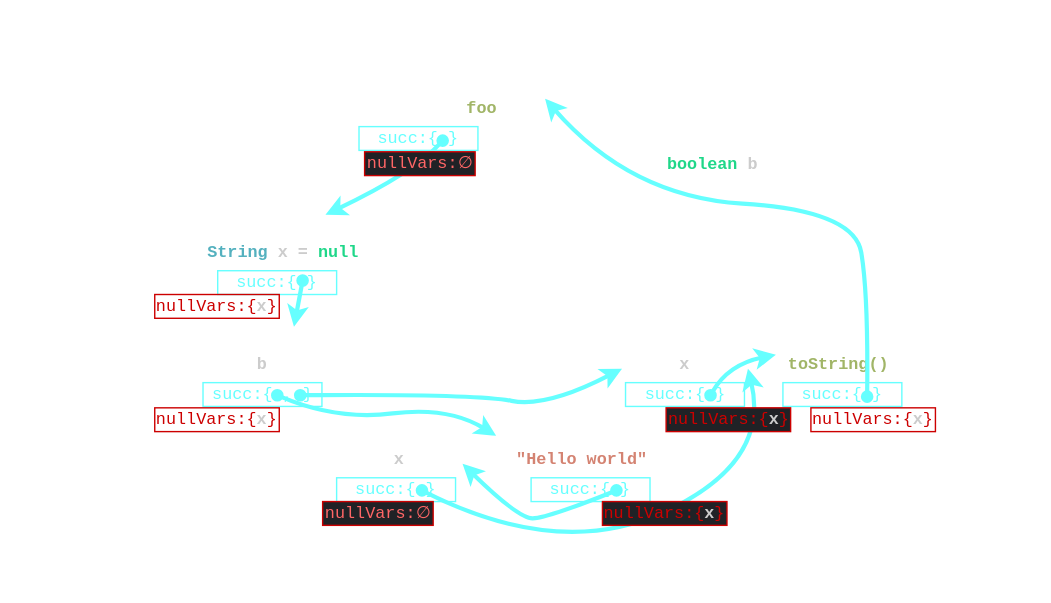
IdrissRio/presentations keeps this draw.io diagram as ECOOP2022/ecoop2022/imgs/NPA.svg. Above is the earlier version. Source tidied: cells renumbered, new cells last; positions are measured from the earlier drawing's top-left corner, leaving out a move shared by most shapes.
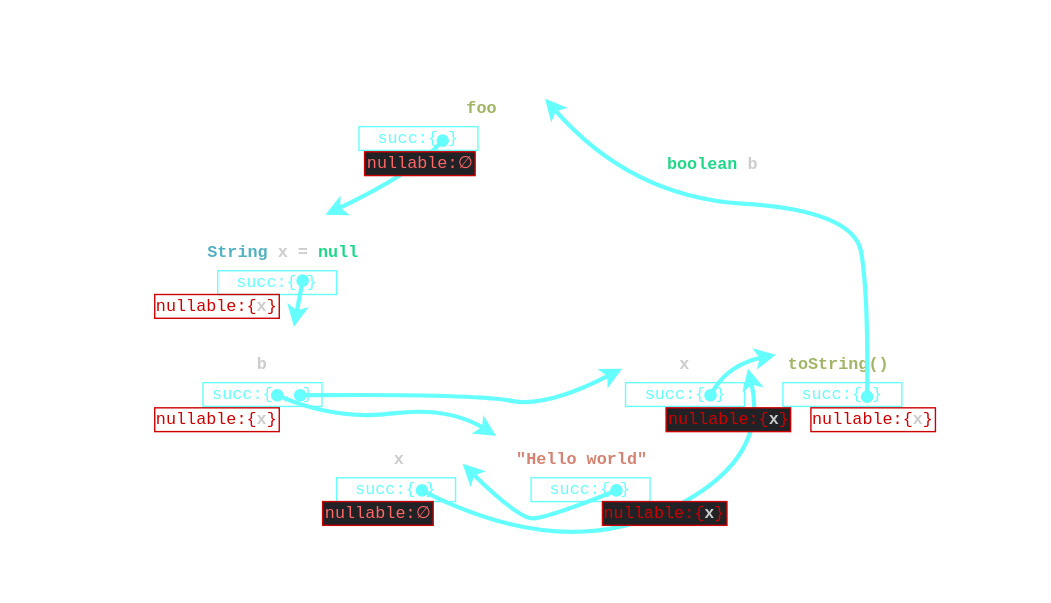
After the change.

The edit, as a diff of the source:
```diff
@@ -199,25 +199,25 @@
         </Array>
       </mxGeometry>
     </mxCell>
-    <mxCell id="39" value="&lt;font color=&quot;#ff6666&quot;&gt;nullVars:&lt;span style=&quot;font-family: Menlo, Monaco, &amp;quot;Courier New&amp;quot;, monospace;&quot;&gt;∅&lt;/span&gt;&lt;/font&gt;" style="rounded=0;whiteSpace=wrap;html=1;fontFamily=Courier New;fontColor=#FFFFFF;strokeColor=#CC0000;fillColor=#202226;" parent="1" vertex="1">
+    <mxCell id="39" value="&lt;font color=&quot;#ff6666&quot;&gt;nullable:&lt;span style=&quot;font-family: Menlo, Monaco, &amp;quot;Courier New&amp;quot;, monospace;&quot;&gt;∅&lt;/span&gt;&lt;/font&gt;" style="rounded=0;whiteSpace=wrap;html=1;fontFamily=Courier New;fontColor=#FFFFFF;strokeColor=#CC0000;fillColor=#202226;" parent="1" vertex="1">
       <mxGeometry x="260" y="108" width="79" height="17" as="geometry" />
     </mxCell>
-    <mxCell id="40" value="&lt;font color=&quot;#cc0000&quot;&gt;nullVars:&lt;font style=&quot;&quot; face=&quot;Menlo, Monaco, Courier New, monospace&quot;&gt;{&lt;/font&gt;&lt;/font&gt;&lt;b style=&quot;color: rgb(0, 0, 0);&quot;&gt;&lt;font color=&quot;#cccccc&quot;&gt;x&lt;/font&gt;&lt;/b&gt;&lt;font color=&quot;#cc0000&quot;&gt;&lt;font style=&quot;&quot; face=&quot;Menlo, Monaco, Courier New, monospace&quot;&gt;}&lt;/font&gt;&lt;/font&gt;" style="rounded=0;whiteSpace=wrap;html=1;fontFamily=Courier New;fontColor=#FFFFFF;strokeColor=#CC0000;fillColor=none;" parent="1" vertex="1">
+    <mxCell id="40" value="&lt;font color=&quot;#cc0000&quot;&gt;nullable:&lt;font style=&quot;&quot; face=&quot;Menlo, Monaco, Courier New, monospace&quot;&gt;{&lt;/font&gt;&lt;/font&gt;&lt;b style=&quot;color: rgb(0, 0, 0);&quot;&gt;&lt;font color=&quot;#cccccc&quot;&gt;x&lt;/font&gt;&lt;/b&gt;&lt;font color=&quot;#cc0000&quot;&gt;&lt;font style=&quot;&quot; face=&quot;Menlo, Monaco, Courier New, monospace&quot;&gt;}&lt;/font&gt;&lt;/font&gt;" style="rounded=0;whiteSpace=wrap;html=1;fontFamily=Courier New;fontColor=#FFFFFF;strokeColor=#CC0000;fillColor=none;" parent="1" vertex="1">
       <mxGeometry x="110" y="210" width="89" height="17" as="geometry" />
     </mxCell>
-    <mxCell id="41" value="&lt;font color=&quot;#cc0000&quot;&gt;nullVars:&lt;font style=&quot;&quot; face=&quot;Menlo, Monaco, Courier New, monospace&quot;&gt;{&lt;/font&gt;&lt;/font&gt;&lt;b style=&quot;color: rgb(0, 0, 0);&quot;&gt;&lt;font color=&quot;#cccccc&quot;&gt;x&lt;/font&gt;&lt;/b&gt;&lt;font color=&quot;#cc0000&quot;&gt;&lt;font style=&quot;&quot; face=&quot;Menlo, Monaco, Courier New, monospace&quot;&gt;}&lt;/font&gt;&lt;/font&gt;" style="rounded=0;whiteSpace=wrap;html=1;fontFamily=Courier New;fontColor=#FFFFFF;strokeColor=#CC0000;fillColor=none;" parent="1" vertex="1">
+    <mxCell id="41" value="&lt;font color=&quot;#cc0000&quot;&gt;nullable:&lt;font style=&quot;&quot; face=&quot;Menlo, Monaco, Courier New, monospace&quot;&gt;{&lt;/font&gt;&lt;/font&gt;&lt;b style=&quot;color: rgb(0, 0, 0);&quot;&gt;&lt;font color=&quot;#cccccc&quot;&gt;x&lt;/font&gt;&lt;/b&gt;&lt;font color=&quot;#cc0000&quot;&gt;&lt;font style=&quot;&quot; face=&quot;Menlo, Monaco, Courier New, monospace&quot;&gt;}&lt;/font&gt;&lt;/font&gt;" style="rounded=0;whiteSpace=wrap;html=1;fontFamily=Courier New;fontColor=#FFFFFF;strokeColor=#CC0000;fillColor=none;" parent="1" vertex="1">
       <mxGeometry x="110" y="291" width="89" height="17" as="geometry" />
     </mxCell>
-    <mxCell id="42" value="&lt;font color=&quot;#cc0000&quot;&gt;nullVars:&lt;font style=&quot;&quot; face=&quot;Menlo, Monaco, Courier New, monospace&quot;&gt;{&lt;/font&gt;&lt;/font&gt;&lt;b style=&quot;color: rgb(0, 0, 0);&quot;&gt;&lt;font color=&quot;#cccccc&quot;&gt;x&lt;/font&gt;&lt;/b&gt;&lt;font color=&quot;#cc0000&quot;&gt;&lt;font style=&quot;&quot; face=&quot;Menlo, Monaco, Courier New, monospace&quot;&gt;}&lt;/font&gt;&lt;/font&gt;" style="rounded=0;whiteSpace=wrap;html=1;fontFamily=Courier New;fontColor=#FFFFFF;strokeColor=#CC0000;fillColor=#202226;" parent="1" vertex="1">
+    <mxCell id="42" value="&lt;font color=&quot;#cc0000&quot;&gt;nullable:&lt;font style=&quot;&quot; face=&quot;Menlo, Monaco, Courier New, monospace&quot;&gt;{&lt;/font&gt;&lt;/font&gt;&lt;b style=&quot;color: rgb(0, 0, 0);&quot;&gt;&lt;font color=&quot;#cccccc&quot;&gt;x&lt;/font&gt;&lt;/b&gt;&lt;font color=&quot;#cc0000&quot;&gt;&lt;font style=&quot;&quot; face=&quot;Menlo, Monaco, Courier New, monospace&quot;&gt;}&lt;/font&gt;&lt;/font&gt;" style="rounded=0;whiteSpace=wrap;html=1;fontFamily=Courier New;fontColor=#FFFFFF;strokeColor=#CC0000;fillColor=#202226;" parent="1" vertex="1">
       <mxGeometry x="430" y="358" width="89" height="17" as="geometry" />
     </mxCell>
-    <mxCell id="43" value="&lt;font color=&quot;#cc0000&quot;&gt;nullVars:&lt;font style=&quot;&quot; face=&quot;Menlo, Monaco, Courier New, monospace&quot;&gt;{&lt;/font&gt;&lt;/font&gt;&lt;b style=&quot;color: rgb(0, 0, 0);&quot;&gt;&lt;font color=&quot;#cccccc&quot;&gt;x&lt;/font&gt;&lt;/b&gt;&lt;font color=&quot;#cc0000&quot;&gt;&lt;font style=&quot;&quot; face=&quot;Menlo, Monaco, Courier New, monospace&quot;&gt;}&lt;/font&gt;&lt;/font&gt;" style="rounded=0;whiteSpace=wrap;html=1;fontFamily=Courier New;fontColor=#FFFFFF;strokeColor=#CC0000;fillColor=#202226;" parent="1" vertex="1">
+    <mxCell id="43" value="&lt;font color=&quot;#cc0000&quot;&gt;nullable:&lt;font style=&quot;&quot; face=&quot;Menlo, Monaco, Courier New, monospace&quot;&gt;{&lt;/font&gt;&lt;/font&gt;&lt;b style=&quot;color: rgb(0, 0, 0);&quot;&gt;&lt;font color=&quot;#cccccc&quot;&gt;x&lt;/font&gt;&lt;/b&gt;&lt;font color=&quot;#cc0000&quot;&gt;&lt;font style=&quot;&quot; face=&quot;Menlo, Monaco, Courier New, monospace&quot;&gt;}&lt;/font&gt;&lt;/font&gt;" style="rounded=0;whiteSpace=wrap;html=1;fontFamily=Courier New;fontColor=#FFFFFF;strokeColor=#CC0000;fillColor=#202226;" parent="1" vertex="1">
       <mxGeometry x="475.5" y="291" width="89" height="17" as="geometry" />
     </mxCell>
-    <mxCell id="44" value="&lt;font color=&quot;#cc0000&quot;&gt;nullVars:&lt;font style=&quot;&quot; face=&quot;Menlo, Monaco, Courier New, monospace&quot;&gt;{&lt;/font&gt;&lt;/font&gt;&lt;b style=&quot;color: rgb(0, 0, 0);&quot;&gt;&lt;font color=&quot;#cccccc&quot;&gt;x&lt;/font&gt;&lt;/b&gt;&lt;font color=&quot;#cc0000&quot;&gt;&lt;font style=&quot;&quot; face=&quot;Menlo, Monaco, Courier New, monospace&quot;&gt;}&lt;/font&gt;&lt;/font&gt;" style="rounded=0;whiteSpace=wrap;html=1;fontFamily=Courier New;fontColor=#FFFFFF;strokeColor=#CC0000;fillColor=none;" parent="1" vertex="1">
+    <mxCell id="44" value="&lt;font color=&quot;#cc0000&quot;&gt;nullable:&lt;font style=&quot;&quot; face=&quot;Menlo, Monaco, Courier New, monospace&quot;&gt;{&lt;/font&gt;&lt;/font&gt;&lt;b style=&quot;color: rgb(0, 0, 0);&quot;&gt;&lt;font color=&quot;#cccccc&quot;&gt;x&lt;/font&gt;&lt;/b&gt;&lt;font color=&quot;#cc0000&quot;&gt;&lt;font style=&quot;&quot; face=&quot;Menlo, Monaco, Courier New, monospace&quot;&gt;}&lt;/font&gt;&lt;/font&gt;" style="rounded=0;whiteSpace=wrap;html=1;fontFamily=Courier New;fontColor=#FFFFFF;strokeColor=#CC0000;fillColor=none;" parent="1" vertex="1">
       <mxGeometry x="579" y="291" width="89" height="17" as="geometry" />
     </mxCell>
-    <mxCell id="45" value="&lt;font color=&quot;#ff6666&quot;&gt;nullVars:&lt;span style=&quot;font-family: Menlo, Monaco, &amp;quot;Courier New&amp;quot;, monospace;&quot;&gt;∅&lt;/span&gt;&lt;/font&gt;" style="rounded=0;whiteSpace=wrap;html=1;fontFamily=Courier New;fontColor=#FFFFFF;strokeColor=#CC0000;fillColor=#202226;" parent="1" vertex="1">
+    <mxCell id="45" value="&lt;font color=&quot;#ff6666&quot;&gt;nullable:&lt;span style=&quot;font-family: Menlo, Monaco, &amp;quot;Courier New&amp;quot;, monospace;&quot;&gt;∅&lt;/span&gt;&lt;/font&gt;" style="rounded=0;whiteSpace=wrap;html=1;fontFamily=Courier New;fontColor=#FFFFFF;strokeColor=#CC0000;fillColor=#202226;" parent="1" vertex="1">
       <mxGeometry x="230" y="358" width="79" height="17" as="geometry" />
     </mxCell>
   </root>
```
